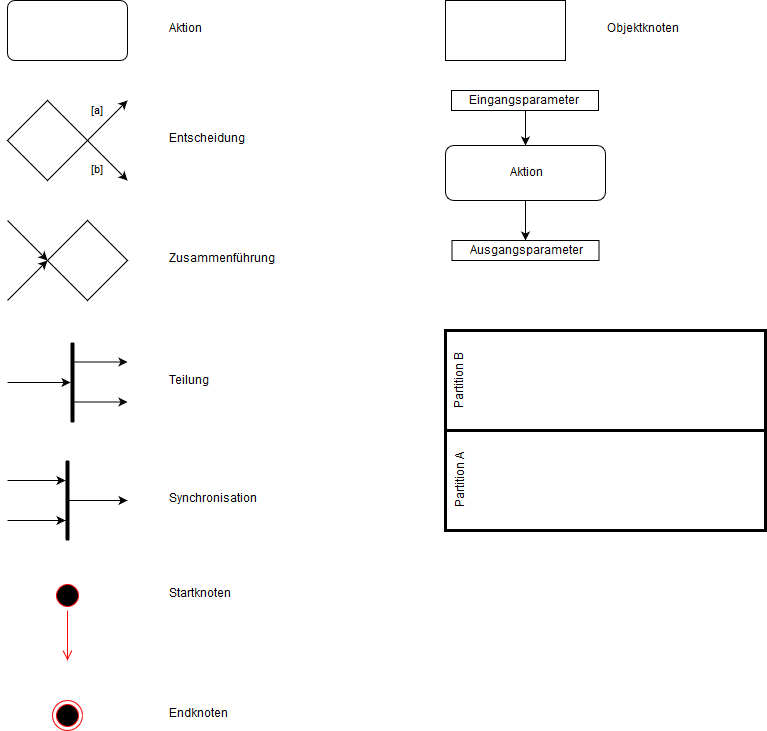
Earlier version of the draw.io export UML/Praktikum 2/Aufgabe 2.png (sweIhm-ws2018-19/Alkolexa-DI2). Source tidied: cells renumbered, new cells last; positions are measured from the earlier drawing's top-left corner, leaving out a move shared by most shapes.
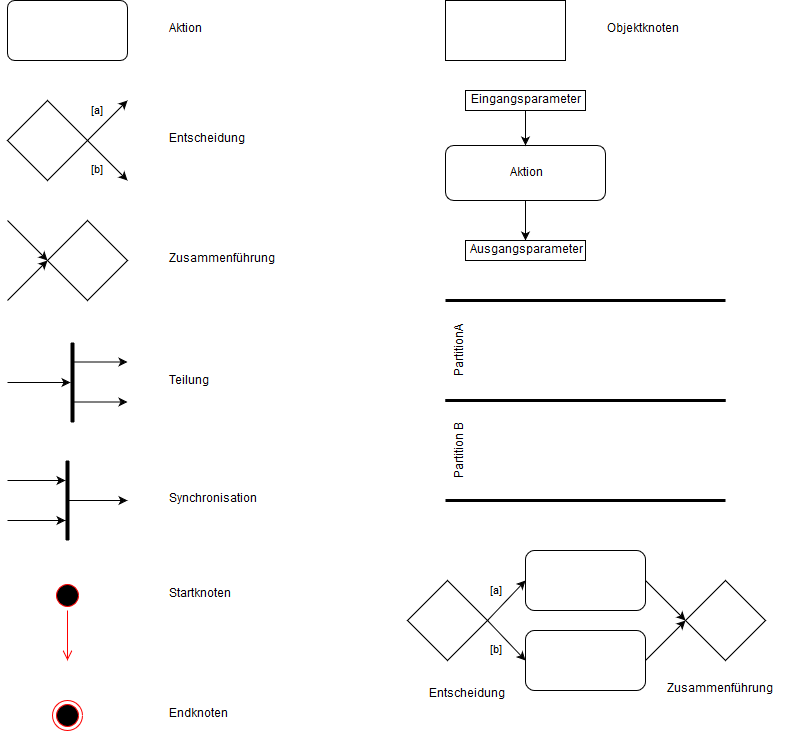
After the commit.

What changed in the source:
```diff
@@ -107,26 +107,56 @@
     <mxCell id="28" value="&lt;div&gt;Aktion&lt;/div&gt;" style="rounded=1;whiteSpace=wrap;html=1;" parent="1" vertex="1">
       <mxGeometry x="438" y="145" width="160" height="55" as="geometry" />
     </mxCell>
-    <mxCell id="29" style="edgeStyle=orthogonalEdgeStyle;rounded=0;html=1;jettySize=auto;" parent="1" edge="1" source="30" target="28">
+    <mxCell id="29" style="edgeStyle=orthogonalEdgeStyle;rounded=0;html=1;jettySize=auto;exitX=0.5;exitY=1;" parent="1" edge="1" source="30" target="28">
       <mxGeometry relative="1" as="geometry" />
     </mxCell>
-    <mxCell id="30" value="&lt;div&gt;Eingangsparameter&lt;/div&gt;&lt;div&gt;&lt;br&gt;&lt;/div&gt;" style="html=1;shape=mxgraph.sysml.actParamNode;align=left;spacingLeft=15;verticalAlign=top;spacingTop=-3;" parent="1" vertex="1">
-      <mxGeometry x="444" y="90" width="147" height="20" as="geometry" />
-    </mxCell>
-    <mxCell id="31" value="Ausgangsparameter" style="html=1;shape=mxgraph.sysml.actParamNode;align=left;spacingLeft=15;verticalAlign=top;spacingTop=-3;" parent="1" vertex="1">
-      <mxGeometry x="444.5" y="240" width="147" height="20" as="geometry" />
-    </mxCell>
-    <mxCell id="32" value="Partition B" style="html=1;shape=mxgraph.sysml.actPart;strokeWidth=3;verticalAlign=top;rotation=-90;whiteSpace=wrap;" parent="1" vertex="1">
-      <mxGeometry x="548" y="220" width="100" height="320" as="geometry" />
-    </mxCell>
-    <mxCell id="33" value="Partition A" style="html=1;shape=mxgraph.sysml.actPart;strokeWidth=3;verticalAlign=top;rotation=-90;whiteSpace=wrap;" parent="1" vertex="1">
-      <mxGeometry x="548" y="320" width="100" height="320" as="geometry" />
-    </mxCell>
     <mxCell id="34" style="rounded=0;whiteSpace=wrap;html=1;" parent="1" vertex="1">
       <mxGeometry x="438" width="120" height="60" as="geometry" />
     </mxCell>
     <mxCell id="35" value="&lt;div&gt;Objektknoten&lt;/div&gt;" style="text;html=1;align=left;verticalAlign=top;spacingTop=-4;" parent="1" vertex="1">
       <mxGeometry x="598" y="20" width="90" height="20" as="geometry" />
     </mxCell>
+    <mxCell id="31" value="&lt;div&gt;Ausgangsparameter&lt;/div&gt;" style="rounded=0;whiteSpace=wrap;html=1;" parent="1" vertex="1">
+      <mxGeometry x="458" y="240" width="120" height="20" as="geometry" />
+    </mxCell>
+    <mxCell id="30" value="Eingangsparameter" style="rounded=0;whiteSpace=wrap;html=1;" parent="1" vertex="1">
+      <mxGeometry x="458" y="90" width="120" height="20" as="geometry" />
+    </mxCell>
+    <mxCell id="36" value="&lt;div&gt;PartitionA&lt;/div&gt;" style="html=1;shape=mxgraph.sysml.actPart;strokeWidth=3;verticalAlign=top;rotation=-90;whiteSpace=wrap;fillColor=#ffffff;gradientColor=none;" parent="1" vertex="1">
+      <mxGeometry x="528" y="210" width="100" height="280" as="geometry" />
+    </mxCell>
+    <mxCell id="32" value="Partition B" style="html=1;shape=mxgraph.sysml.actPart;strokeWidth=3;verticalAlign=top;rotation=-90;whiteSpace=wrap;" parent="1" vertex="1">
+      <mxGeometry x="528" y="310" width="100" height="280" as="geometry" />
+    </mxCell>
+    <mxCell id="37" style="rhombus;whiteSpace=wrap;html=1;" parent="1" vertex="1">
+      <mxGeometry x="400" y="580" width="80" height="80" as="geometry" />
+    </mxCell>
+    <mxCell id="38" value="&lt;div&gt;[a]&lt;/div&gt;" style="endArrow=classic;html=1;exitX=1;exitY=0.5;entryX=0;entryY=0.5;" parent="1" edge="1" source="37" target="41">
+      <mxGeometry y="14" relative="1" as="geometry" />
+    </mxCell>
+    <mxCell id="39" value="[b]" style="endArrow=classic;html=1;exitX=1;exitY=0.5;entryX=0;entryY=0.5;" parent="1" edge="1" source="37" target="42">
+      <mxGeometry y="-14" relative="1" as="geometry" />
+    </mxCell>
+    <mxCell id="40" value="Entscheidung" style="text;html=1;align=left;verticalAlign=top;spacingTop=-4;" parent="1" vertex="1">
+      <mxGeometry x="420" y="685" width="90" height="20" as="geometry" />
+    </mxCell>
+    <mxCell id="41" style="rounded=1;whiteSpace=wrap;html=1;fillColor=#ffffff;gradientColor=none;" parent="1" vertex="1">
+      <mxGeometry x="518" y="550" width="120" height="60" as="geometry" />
+    </mxCell>
+    <mxCell id="42" style="rounded=1;whiteSpace=wrap;html=1;fillColor=#ffffff;gradientColor=none;" parent="1" vertex="1">
+      <mxGeometry x="518" y="630" width="120" height="60" as="geometry" />
+    </mxCell>
+    <mxCell id="43" style="rhombus;whiteSpace=wrap;html=1;" parent="1" vertex="1">
+      <mxGeometry x="678" y="580" width="80" height="80" as="geometry" />
+    </mxCell>
+    <mxCell id="44" style="endArrow=classic;html=1;exitX=1;exitY=0.5;entryX=0;entryY=0.5;" parent="1" edge="1" source="42" target="43">
+      <mxGeometry relative="1" as="geometry" />
+    </mxCell>
+    <mxCell id="45" style="endArrow=classic;html=1;exitX=1;exitY=0.5;entryX=0;entryY=0.5;" parent="1" edge="1" source="41" target="43">
+      <mxGeometry relative="1" as="geometry" />
+    </mxCell>
+    <mxCell id="46" value="Zusammenführung" style="text;html=1;align=left;verticalAlign=top;spacingTop=-4;" parent="1" vertex="1">
+      <mxGeometry x="658" y="680" width="120" height="20" as="geometry" />
+    </mxCell>
   </root>
 </mxGraphModel>
```
